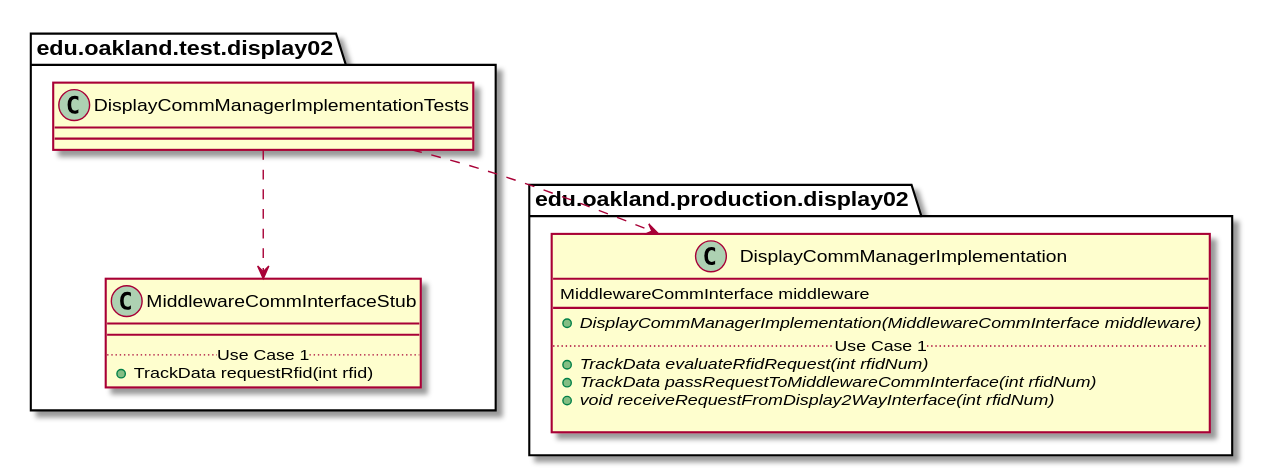
Before: docs/uml-class-diagrams/display02/test/DisplayCommManagerImplementationTests/DisplayCommManagerImplementationTests_DirectDependencies.svg, a diagram exported from PlantUML (andrewdimmer/csi-3370-software-project).
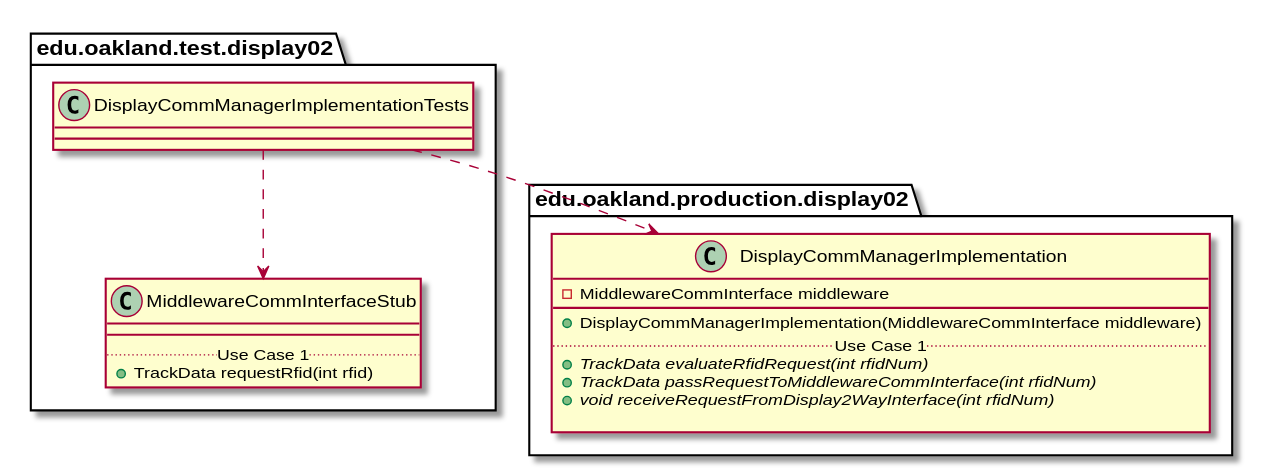
Above is the later version.

What changed in the source:
```diff
@@ -22,9 +22,9 @@
 
 package edu.oakland.production.display02 {
     class DisplayCommManagerImplementation {
-        MiddlewareCommInterface middleware
+        - MiddlewareCommInterface middleware
         __
-        {abstract} + DisplayCommManagerImplementation(MiddlewareCommInterface middleware)
+        + DisplayCommManagerImplementation(MiddlewareCommInterface middleware)
         .. Use Case 1 ..
         {abstract} + TrackData evaluateRfidRequest(int rfidNum)
         {abstract} + TrackData passRequestToMiddlewareCommInterface(int rfidNum)
```
